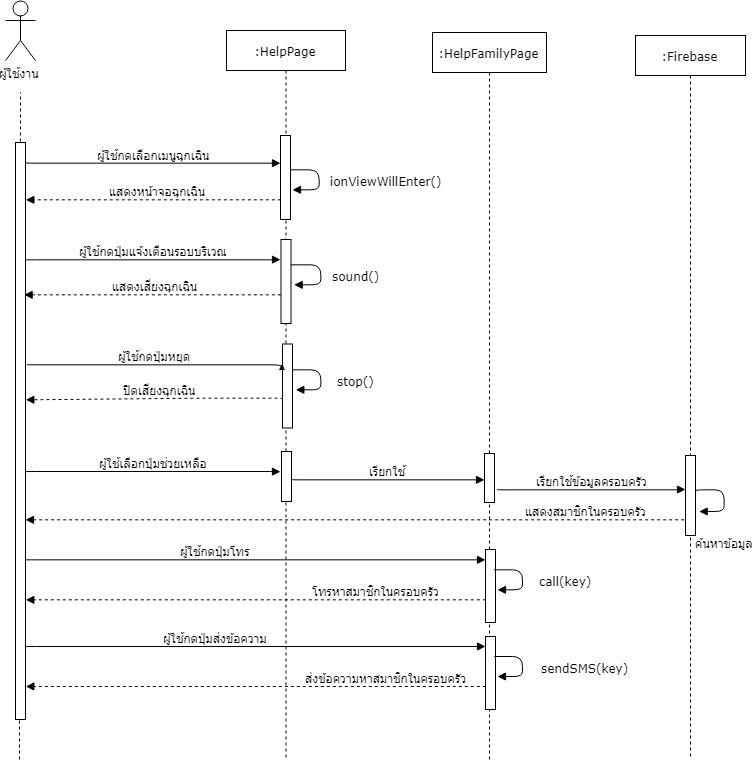
Before: Document/Latex/Figures/3/Sequence/danger.png, a diagram exported from draw.io (Inwfour/Latex). Source tidied: cells renumbered, new cells last; positions are measured from the earlier drawing's top-left corner, leaving out a move shared by most shapes. Its diagram source:
```xml
<mxGraphModel>
  <root>
    <mxCell id="0" />
    <mxCell id="1" parent="0" />
    <mxCell id="2" style="endArrow=none;dashed=1;html=1;" parent="1" edge="1">
      <mxGeometry relative="1" as="geometry">
        <mxPoint x="14" y="759" as="sourcePoint" />
        <mxPoint x="15" y="92" as="targetPoint" />
      </mxGeometry>
    </mxCell>
    <mxCell id="3" value=":HelpPage" style="shape=umlLifeline;perimeter=lifelinePerimeter;whiteSpace=wrap;html=1;rounded=0;shadow=0;comic=0;labelBackgroundColor=none;strokeColor=#000000;strokeWidth=1;fillColor=#FFFFFF;fontFamily=Verdana;fontSize=12;fontColor=#000000;align=center;" parent="1" vertex="1">
      <mxGeometry x="221" y="30" width="119" height="729" as="geometry" />
    </mxCell>
    <mxCell id="4" style="html=1;perimeter=orthogonalPerimeter;rounded=0;shadow=0;comic=0;labelBackgroundColor=none;strokeColor=#000000;strokeWidth=1;fillColor=#FFFFFF;fontFamily=Verdana;fontSize=12;fontColor=#000000;align=center;" parent="3" vertex="1">
      <mxGeometry x="54.5" y="209" width="10" height="84" as="geometry" />
    </mxCell>
    <mxCell id="5" value="ผู้ใช้กดเลือกเมนูฉุกเฉิน" style="html=1;verticalAlign=bottom;endArrow=block;labelBackgroundColor=none;fontFamily=Verdana;fontSize=12;edgeStyle=elbowEdgeStyle;elbow=vertical;" parent="1" edge="1" target="11">
      <mxGeometry relative="1" as="geometry">
        <mxPoint x="20" y="161.9" as="sourcePoint" />
      </mxGeometry>
    </mxCell>
    <mxCell id="6" value="ผู้ใช้งาน" style="shape=umlActor;verticalLabelPosition=bottom;labelBackgroundColor=#ffffff;verticalAlign=top;html=1;rounded=0;" parent="1" vertex="1">
      <mxGeometry width="30" height="60" as="geometry" />
    </mxCell>
    <mxCell id="7" style="html=1;points=[];perimeter=orthogonalPerimeter;rounded=0;shadow=0;comic=0;labelBackgroundColor=none;strokeColor=#000000;strokeWidth=1;fillColor=#FFFFFF;fontFamily=Verdana;fontSize=12;fontColor=#000000;align=center;" parent="1" vertex="1">
      <mxGeometry x="10" y="142" width="10" height="577" as="geometry" />
    </mxCell>
    <mxCell id="8" value=":Firebase" style="shape=umlLifeline;perimeter=lifelinePerimeter;whiteSpace=wrap;html=1;rounded=0;shadow=0;comic=0;labelBackgroundColor=none;strokeColor=#000000;strokeWidth=1;fillColor=#FFFFFF;fontFamily=Verdana;fontSize=12;fontColor=#000000;align=center;" parent="1" vertex="1">
      <mxGeometry x="630" y="35" width="110" height="724" as="geometry" />
    </mxCell>
    <mxCell id="9" style="html=1;perimeter=orthogonalPerimeter;rounded=0;shadow=0;comic=0;labelBackgroundColor=none;strokeColor=#000000;strokeWidth=1;fillColor=#FFFFFF;fontFamily=Verdana;fontSize=12;fontColor=#000000;align=center;" parent="8" vertex="1">
      <mxGeometry x="50" y="420" width="10" height="80" as="geometry" />
    </mxCell>
    <mxCell id="10" value="&lt;div&gt;&lt;span&gt;ionViewWillEnter()&lt;/span&gt;&lt;/div&gt;" style="html=1;verticalAlign=bottom;endArrow=block;labelBackgroundColor=none;fontFamily=Verdana;fontSize=12;edgeStyle=orthogonalEdgeStyle;elbow=vertical;exitX=1.183;exitY=0.2;exitDx=0;exitDy=0;exitPerimeter=0;" parent="1" edge="1">
      <mxGeometry x="0.3" y="-67" relative="1" as="geometry">
        <mxPoint x="284" y="169" as="sourcePoint" />
        <mxPoint x="287" y="189" as="targetPoint" />
        <Array as="points">
          <mxPoint x="313" y="169" />
          <mxPoint x="313" y="189" />
        </Array>
        <mxPoint x="67" y="67" as="offset" />
      </mxGeometry>
    </mxCell>
    <mxCell id="11" style="html=1;points=[];perimeter=orthogonalPerimeter;rounded=0;shadow=0;comic=0;labelBackgroundColor=none;strokeColor=#000000;strokeWidth=1;fillColor=#FFFFFF;fontFamily=Verdana;fontSize=12;fontColor=#000000;align=center;" parent="1" vertex="1">
      <mxGeometry x="275" y="135" width="10" height="84" as="geometry" />
    </mxCell>
    <mxCell id="12" value="แสดงหน้าจอฉุกเฉิน" style="html=1;verticalAlign=bottom;endArrow=block;labelBackgroundColor=none;fontFamily=Verdana;fontSize=12;edgeStyle=orthogonalEdgeStyle;elbow=vertical;exitX=0.973;exitY=0.551;exitDx=0;exitDy=0;exitPerimeter=0;dashed=1;" parent="1" edge="1">
      <mxGeometry x="-0.03" relative="1" as="geometry">
        <mxPoint x="276" y="199" as="sourcePoint" />
        <mxPoint x="20" y="199" as="targetPoint" />
        <Array as="points">
          <mxPoint x="196" y="198.5" />
          <mxPoint x="196" y="198.5" />
        </Array>
      </mxGeometry>
    </mxCell>
    <mxCell id="13" value=":HelpFamilyPage" style="shape=umlLifeline;perimeter=lifelinePerimeter;whiteSpace=wrap;html=1;rounded=0;shadow=0;comic=0;labelBackgroundColor=none;strokeColor=#000000;strokeWidth=1;fillColor=#FFFFFF;fontFamily=Verdana;fontSize=12;fontColor=#000000;align=center;" parent="1" vertex="1">
      <mxGeometry x="427" y="32" width="114" height="727" as="geometry" />
    </mxCell>
    <mxCell id="14" style="html=1;points=[];perimeter=orthogonalPerimeter;rounded=0;shadow=0;comic=0;labelBackgroundColor=none;strokeColor=#000000;strokeWidth=1;fillColor=#FFFFFF;fontFamily=Verdana;fontSize=12;fontColor=#000000;align=center;" parent="13" vertex="1">
      <mxGeometry x="52" y="421" width="10" height="49" as="geometry" />
    </mxCell>
    <mxCell id="15" style="html=1;points=[];perimeter=orthogonalPerimeter;rounded=0;shadow=0;comic=0;labelBackgroundColor=none;strokeColor=#000000;strokeWidth=1;fillColor=#FFFFFF;fontFamily=Verdana;fontSize=12;fontColor=#000000;align=center;" parent="13" vertex="1">
      <mxGeometry x="53" y="517" width="10" height="73" as="geometry" />
    </mxCell>
    <mxCell id="16" value="ผู้ใช้กดปุ่มแจ้งเตือนรอบบริเวณ" style="html=1;verticalAlign=bottom;endArrow=block;labelBackgroundColor=none;fontFamily=Verdana;fontSize=12;edgeStyle=elbowEdgeStyle;elbow=vertical;" parent="1" edge="1">
      <mxGeometry relative="1" as="geometry">
        <mxPoint x="20" y="259.4" as="sourcePoint" />
        <mxPoint x="275" y="259.2" as="targetPoint" />
      </mxGeometry>
    </mxCell>
    <mxCell id="17" value="&lt;div&gt;&lt;span&gt;sound&lt;/span&gt;&lt;span&gt;()&lt;/span&gt;&lt;/div&gt;" style="html=1;verticalAlign=bottom;endArrow=block;labelBackgroundColor=none;fontFamily=Verdana;fontSize=12;edgeStyle=orthogonalEdgeStyle;elbow=vertical;exitX=1.183;exitY=0.2;exitDx=0;exitDy=0;exitPerimeter=0;" parent="1" edge="1">
      <mxGeometry x="0.31" y="-35" relative="1" as="geometry">
        <mxPoint x="285.3" y="264.2" as="sourcePoint" />
        <mxPoint x="288.7" y="284.2" as="targetPoint" />
        <Array as="points">
          <mxPoint x="314.5" y="264" />
          <mxPoint x="314.5" y="284" />
        </Array>
        <mxPoint x="35" y="35" as="offset" />
      </mxGeometry>
    </mxCell>
    <mxCell id="18" value="แสดงเสียงฉุกเฉิน" style="html=1;verticalAlign=bottom;endArrow=block;labelBackgroundColor=none;fontFamily=Verdana;fontSize=12;edgeStyle=orthogonalEdgeStyle;elbow=vertical;exitX=0.973;exitY=0.551;exitDx=0;exitDy=0;exitPerimeter=0;dashed=1;" parent="1" edge="1">
      <mxGeometry x="-0.03" relative="1" as="geometry">
        <mxPoint x="275.3" y="294.2" as="sourcePoint" />
        <mxPoint x="18.7" y="294.2" as="targetPoint" />
        <Array as="points">
          <mxPoint x="195" y="293.5" />
          <mxPoint x="195" y="293.5" />
        </Array>
      </mxGeometry>
    </mxCell>
    <mxCell id="19" style="html=1;perimeter=orthogonalPerimeter;rounded=0;shadow=0;comic=0;labelBackgroundColor=none;strokeColor=#000000;strokeWidth=1;fillColor=#FFFFFF;fontFamily=Verdana;fontSize=12;fontColor=#000000;align=center;" parent="1" vertex="1">
      <mxGeometry x="276" y="451" width="10" height="50" as="geometry" />
    </mxCell>
    <mxCell id="20" value="ผู้ใช้เลือกปุ่มช่วยเหลือ" style="html=1;verticalAlign=bottom;endArrow=block;labelBackgroundColor=none;fontFamily=Verdana;fontSize=12;edgeStyle=elbowEdgeStyle;elbow=vertical;" parent="1" edge="1">
      <mxGeometry relative="1" as="geometry">
        <mxPoint x="20" y="471.4" as="sourcePoint" />
        <mxPoint x="275" y="471.2" as="targetPoint" />
      </mxGeometry>
    </mxCell>
    <mxCell id="21" value="แสดงสมาชิกในครอบครัว" style="html=1;verticalAlign=bottom;endArrow=block;labelBackgroundColor=none;fontFamily=Verdana;fontSize=12;edgeStyle=orthogonalEdgeStyle;elbow=vertical;exitX=0.973;exitY=0.551;exitDx=0;exitDy=0;exitPerimeter=0;dashed=1;" parent="1" edge="1" target="7">
      <mxGeometry x="0.5" y="-395" relative="1" as="geometry">
        <mxPoint x="678.5" y="518.7" as="sourcePoint" />
        <Array as="points">
          <mxPoint x="185" y="519" />
          <mxPoint x="185" y="519" />
        </Array>
        <mxPoint x="395" y="395" as="offset" />
      </mxGeometry>
    </mxCell>
    <mxCell id="22" value="เรียกใช้" style="html=1;verticalAlign=bottom;endArrow=block;labelBackgroundColor=none;fontFamily=Verdana;fontSize=12;edgeStyle=elbowEdgeStyle;elbow=vertical;" parent="1" edge="1" target="14">
      <mxGeometry relative="1" as="geometry">
        <mxPoint x="285.5" y="478.9" as="sourcePoint" />
      </mxGeometry>
    </mxCell>
    <mxCell id="23" style="html=1;perimeter=orthogonalPerimeter;rounded=0;shadow=0;comic=0;labelBackgroundColor=none;strokeColor=#000000;strokeWidth=1;fillColor=#FFFFFF;fontFamily=Verdana;fontSize=12;fontColor=#000000;align=center;" parent="1" vertex="1">
      <mxGeometry x="277" y="343.5" width="10" height="84" as="geometry" />
    </mxCell>
    <mxCell id="24" value="ผู้ใช้กดปุ่มหยุด" style="html=1;verticalAlign=bottom;endArrow=block;labelBackgroundColor=none;fontFamily=Verdana;fontSize=12;edgeStyle=elbowEdgeStyle;elbow=vertical;" parent="1" edge="1">
      <mxGeometry relative="1" as="geometry">
        <mxPoint x="21.5" y="363.9" as="sourcePoint" />
        <mxPoint x="276.5" y="363.7" as="targetPoint" />
      </mxGeometry>
    </mxCell>
    <mxCell id="25" value="&lt;div&gt;&lt;span&gt;stop&lt;/span&gt;&lt;span&gt;()&lt;/span&gt;&lt;/div&gt;" style="html=1;verticalAlign=bottom;endArrow=block;labelBackgroundColor=none;fontFamily=Verdana;fontSize=12;edgeStyle=orthogonalEdgeStyle;elbow=vertical;exitX=1.183;exitY=0.2;exitDx=0;exitDy=0;exitPerimeter=0;" parent="1" edge="1">
      <mxGeometry x="0.31" y="-35" relative="1" as="geometry">
        <mxPoint x="286.8" y="368.9" as="sourcePoint" />
        <mxPoint x="290.3" y="388.9" as="targetPoint" />
        <Array as="points">
          <mxPoint x="316" y="368.5" />
          <mxPoint x="316" y="388.5" />
        </Array>
        <mxPoint x="35" y="35" as="offset" />
      </mxGeometry>
    </mxCell>
    <mxCell id="26" value="ปิดเสียงฉุกเฉิน" style="html=1;verticalAlign=bottom;endArrow=block;labelBackgroundColor=none;fontFamily=Verdana;fontSize=12;edgeStyle=orthogonalEdgeStyle;elbow=vertical;exitX=0.973;exitY=0.551;exitDx=0;exitDy=0;exitPerimeter=0;dashed=1;" parent="1" edge="1">
      <mxGeometry x="-0.03" relative="1" as="geometry">
        <mxPoint x="277.2" y="398.6" as="sourcePoint" />
        <mxPoint x="19.9" y="398.6" as="targetPoint" />
        <Array as="points">
          <mxPoint x="196.5" y="398" />
          <mxPoint x="196.5" y="398" />
        </Array>
      </mxGeometry>
    </mxCell>
    <mxCell id="27" value="&lt;div&gt;ค้นหาข้อมูล&lt;/div&gt;" style="html=1;verticalAlign=bottom;endArrow=block;labelBackgroundColor=none;fontFamily=Verdana;fontSize=12;edgeStyle=orthogonalEdgeStyle;elbow=vertical;exitX=1.183;exitY=0.2;exitDx=0;exitDy=0;exitPerimeter=0;" parent="1" edge="1">
      <mxGeometry x="0.32" y="-42" relative="1" as="geometry">
        <mxPoint x="689.7" y="490.7" as="sourcePoint" />
        <mxPoint x="693" y="510.7" as="targetPoint" />
        <Array as="points">
          <mxPoint x="718.5" y="490" />
          <mxPoint x="718.5" y="510" />
        </Array>
        <mxPoint x="42" y="42" as="offset" />
      </mxGeometry>
    </mxCell>
    <mxCell id="28" value="ผู้ใช้กดปุ่มโทร" style="html=1;verticalAlign=bottom;endArrow=block;labelBackgroundColor=none;fontFamily=Verdana;fontSize=12;edgeStyle=elbowEdgeStyle;elbow=vertical;" parent="1" edge="1" target="15">
      <mxGeometry x="-0.17" relative="1" as="geometry">
        <mxPoint x="20" y="559.4" as="sourcePoint" />
      </mxGeometry>
    </mxCell>
    <mxCell id="29" value="&lt;div&gt;&lt;span&gt;call&lt;/span&gt;&lt;span&gt;(key)&lt;/span&gt;&lt;/div&gt;" style="html=1;verticalAlign=bottom;endArrow=block;labelBackgroundColor=none;fontFamily=Verdana;fontSize=12;edgeStyle=orthogonalEdgeStyle;elbow=vertical;exitX=1.183;exitY=0.2;exitDx=0;exitDy=0;exitPerimeter=0;" parent="1" edge="1">
      <mxGeometry x="0.32" y="-43" relative="1" as="geometry">
        <mxPoint x="489" y="569.5" as="sourcePoint" />
        <mxPoint x="492" y="589.5" as="targetPoint" />
        <Array as="points">
          <mxPoint x="517.5" y="569" />
          <mxPoint x="517.5" y="589" />
        </Array>
        <mxPoint x="43" y="43" as="offset" />
      </mxGeometry>
    </mxCell>
    <mxCell id="30" value="เรียกใช้ข้อมูลครอบครัว" style="html=1;verticalAlign=bottom;endArrow=block;labelBackgroundColor=none;fontFamily=Verdana;fontSize=12;edgeStyle=elbowEdgeStyle;elbow=vertical;" parent="1" edge="1">
      <mxGeometry relative="1" as="geometry">
        <mxPoint x="491.5" y="488.9" as="sourcePoint" />
        <mxPoint x="680" y="489" as="targetPoint" />
      </mxGeometry>
    </mxCell>
    <mxCell id="31" value="โทรหาสมาชิกในครอบครัว" style="html=1;verticalAlign=bottom;endArrow=block;labelBackgroundColor=none;fontFamily=Verdana;fontSize=12;edgeStyle=orthogonalEdgeStyle;elbow=vertical;dashed=1;" parent="1" edge="1">
      <mxGeometry x="0.5" y="-235" relative="1" as="geometry">
        <mxPoint x="480" y="599.5" as="sourcePoint" />
        <mxPoint x="20" y="599.2" as="targetPoint" />
        <Array as="points">
          <mxPoint x="135" y="599" />
          <mxPoint x="135" y="599" />
        </Array>
        <mxPoint x="235" y="235" as="offset" />
      </mxGeometry>
    </mxCell>
    <mxCell id="32" style="html=1;points=[];perimeter=orthogonalPerimeter;rounded=0;shadow=0;comic=0;labelBackgroundColor=none;strokeColor=#000000;strokeWidth=1;fillColor=#FFFFFF;fontFamily=Verdana;fontSize=12;fontColor=#000000;align=center;" parent="1" vertex="1">
      <mxGeometry x="480" y="636" width="10" height="73" as="geometry" />
    </mxCell>
    <mxCell id="33" value="ผู้ใช้กดปุ่มส่งข้อความ" style="html=1;verticalAlign=bottom;endArrow=block;labelBackgroundColor=none;fontFamily=Verdana;fontSize=12;edgeStyle=elbowEdgeStyle;elbow=vertical;" parent="1" edge="1" target="32">
      <mxGeometry x="-0.17" relative="1" as="geometry">
        <mxPoint x="20" y="646.4" as="sourcePoint" />
      </mxGeometry>
    </mxCell>
    <mxCell id="34" value="&lt;div&gt;&lt;span&gt;sendSMS(key)&lt;/span&gt;&lt;/div&gt;" style="html=1;verticalAlign=bottom;endArrow=block;labelBackgroundColor=none;fontFamily=Verdana;fontSize=12;edgeStyle=orthogonalEdgeStyle;elbow=vertical;exitX=1.183;exitY=0.2;exitDx=0;exitDy=0;exitPerimeter=0;" parent="1" edge="1">
      <mxGeometry x="0.32" y="-62" relative="1" as="geometry">
        <mxPoint x="488.8" y="656.2" as="sourcePoint" />
        <mxPoint x="492.2" y="676.2" as="targetPoint" />
        <Array as="points">
          <mxPoint x="517.5" y="656" />
          <mxPoint x="517.5" y="676" />
        </Array>
        <mxPoint x="62" y="62" as="offset" />
      </mxGeometry>
    </mxCell>
    <mxCell id="35" value="ส่งข้อความหาสมาชิกในครอบครัว" style="html=1;verticalAlign=bottom;endArrow=block;labelBackgroundColor=none;fontFamily=Verdana;fontSize=12;edgeStyle=orthogonalEdgeStyle;elbow=vertical;dashed=1;" parent="1" edge="1">
      <mxGeometry x="0.5" y="-245" relative="1" as="geometry">
        <mxPoint x="479.7" y="686.2" as="sourcePoint" />
        <mxPoint x="19.7" y="686.2" as="targetPoint" />
        <Array as="points">
          <mxPoint x="135" y="686" />
          <mxPoint x="135" y="686" />
        </Array>
        <mxPoint x="245" y="245" as="offset" />
      </mxGeometry>
    </mxCell>
  </root>
</mxGraphModel>
```
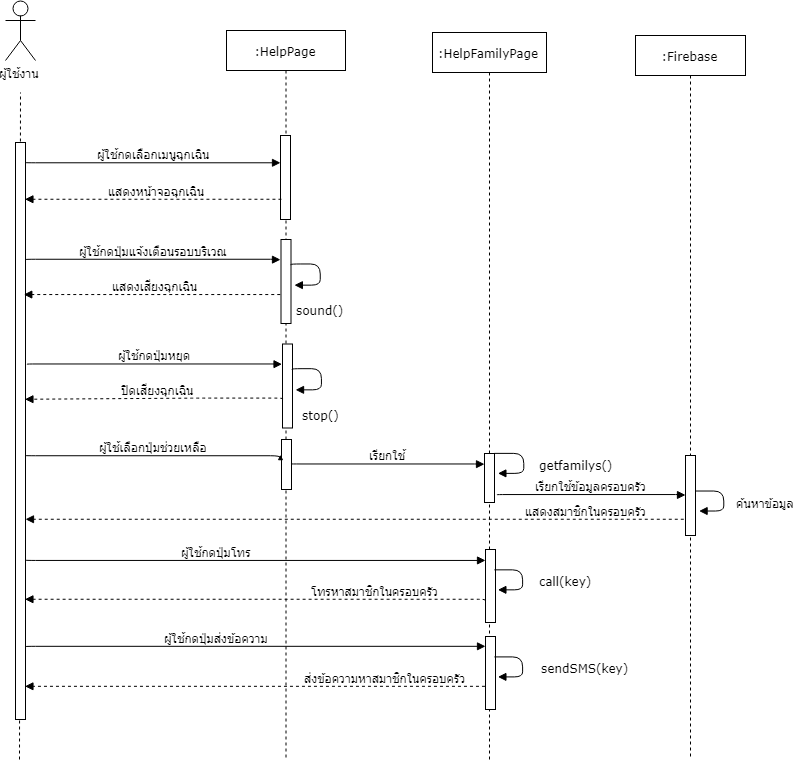
The same diagram one commit later.

The edit, as a diff of the source:
```diff
@@ -31,17 +31,6 @@
     <mxCell id="9" style="html=1;perimeter=orthogonalPerimeter;rounded=0;shadow=0;comic=0;labelBackgroundColor=none;strokeColor=#000000;strokeWidth=1;fillColor=#FFFFFF;fontFamily=Verdana;fontSize=12;fontColor=#000000;align=center;" parent="8" vertex="1">
       <mxGeometry x="50" y="420" width="10" height="80" as="geometry" />
     </mxCell>
-    <mxCell id="10" value="&lt;div&gt;&lt;span&gt;ionViewWillEnter()&lt;/span&gt;&lt;/div&gt;" style="html=1;verticalAlign=bottom;endArrow=block;labelBackgroundColor=none;fontFamily=Verdana;fontSize=12;edgeStyle=orthogonalEdgeStyle;elbow=vertical;exitX=1.183;exitY=0.2;exitDx=0;exitDy=0;exitPerimeter=0;" parent="1" edge="1">
-      <mxGeometry x="0.3" y="-67" relative="1" as="geometry">
-        <mxPoint x="284" y="169" as="sourcePoint" />
-        <mxPoint x="287" y="189" as="targetPoint" />
-        <Array as="points">
-          <mxPoint x="313" y="169" />
-          <mxPoint x="313" y="189" />
-        </Array>
-        <mxPoint x="67" y="67" as="offset" />
-      </mxGeometry>
-    </mxCell>
     <mxCell id="11" style="html=1;points=[];perimeter=orthogonalPerimeter;rounded=0;shadow=0;comic=0;labelBackgroundColor=none;strokeColor=#000000;strokeWidth=1;fillColor=#FFFFFF;fontFamily=Verdana;fontSize=12;fontColor=#000000;align=center;" parent="1" vertex="1">
       <mxGeometry x="275" y="135" width="10" height="84" as="geometry" />
     </mxCell>
@@ -92,12 +81,12 @@
       </mxGeometry>
     </mxCell>
     <mxCell id="19" style="html=1;perimeter=orthogonalPerimeter;rounded=0;shadow=0;comic=0;labelBackgroundColor=none;strokeColor=#000000;strokeWidth=1;fillColor=#FFFFFF;fontFamily=Verdana;fontSize=12;fontColor=#000000;align=center;" parent="1" vertex="1">
-      <mxGeometry x="276" y="451" width="10" height="50" as="geometry" />
+      <mxGeometry x="276" y="439" width="10" height="50" as="geometry" />
     </mxCell>
     <mxCell id="20" value="ผู้ใช้เลือกปุ่มช่วยเหลือ" style="html=1;verticalAlign=bottom;endArrow=block;labelBackgroundColor=none;fontFamily=Verdana;fontSize=12;edgeStyle=elbowEdgeStyle;elbow=vertical;" parent="1" edge="1">
       <mxGeometry relative="1" as="geometry">
-        <mxPoint x="20" y="471.4" as="sourcePoint" />
-        <mxPoint x="275" y="471.2" as="targetPoint" />
+        <mxPoint x="20" y="454.9" as="sourcePoint" />
+        <mxPoint x="275" y="454.7" as="targetPoint" />
       </mxGeometry>
     </mxCell>
     <mxCell id="21" value="แสดงสมาชิกในครอบครัว" style="html=1;verticalAlign=bottom;endArrow=block;labelBackgroundColor=none;fontFamily=Verdana;fontSize=12;edgeStyle=orthogonalEdgeStyle;elbow=vertical;exitX=0.973;exitY=0.551;exitDx=0;exitDy=0;exitPerimeter=0;dashed=1;" parent="1" edge="1" target="7">
@@ -110,9 +99,10 @@
         <mxPoint x="395" y="395" as="offset" />
       </mxGeometry>
     </mxCell>
-    <mxCell id="22" value="เรียกใช้" style="html=1;verticalAlign=bottom;endArrow=block;labelBackgroundColor=none;fontFamily=Verdana;fontSize=12;edgeStyle=elbowEdgeStyle;elbow=vertical;" parent="1" edge="1" target="14">
+    <mxCell id="22" value="เรียกใช้" style="html=1;verticalAlign=bottom;endArrow=block;labelBackgroundColor=none;fontFamily=Verdana;fontSize=12;edgeStyle=elbowEdgeStyle;elbow=vertical;" parent="1" edge="1">
       <mxGeometry relative="1" as="geometry">
-        <mxPoint x="285.5" y="478.9" as="sourcePoint" />
+        <mxPoint x="285.5" y="463.4" as="sourcePoint" />
+        <mxPoint x="479" y="463.7" as="targetPoint" />
       </mxGeometry>
     </mxCell>
     <mxCell id="23" style="html=1;perimeter=orthogonalPerimeter;rounded=0;shadow=0;comic=0;labelBackgroundColor=none;strokeColor=#000000;strokeWidth=1;fillColor=#FFFFFF;fontFamily=Verdana;fontSize=12;fontColor=#000000;align=center;" parent="1" vertex="1">
@@ -174,8 +164,8 @@
     </mxCell>
     <mxCell id="30" value="เรียกใช้ข้อมูลครอบครัว" style="html=1;verticalAlign=bottom;endArrow=block;labelBackgroundColor=none;fontFamily=Verdana;fontSize=12;edgeStyle=elbowEdgeStyle;elbow=vertical;" parent="1" edge="1">
       <mxGeometry relative="1" as="geometry">
-        <mxPoint x="491.5" y="488.9" as="sourcePoint" />
-        <mxPoint x="680" y="489" as="targetPoint" />
+        <mxPoint x="491.5" y="494.4" as="sourcePoint" />
+        <mxPoint x="680" y="494.5" as="targetPoint" />
       </mxGeometry>
     </mxCell>
     <mxCell id="31" value="โทรหาสมาชิกในครอบครัว" style="html=1;verticalAlign=bottom;endArrow=block;labelBackgroundColor=none;fontFamily=Verdana;fontSize=12;edgeStyle=orthogonalEdgeStyle;elbow=vertical;dashed=1;" parent="1" edge="1">
@@ -219,5 +209,16 @@
         <mxPoint x="245" y="245" as="offset" />
       </mxGeometry>
     </mxCell>
+    <mxCell id="36" value="&lt;div&gt;&lt;span&gt;getfamilys()&lt;/span&gt;&lt;/div&gt;" style="html=1;verticalAlign=bottom;endArrow=block;labelBackgroundColor=none;fontFamily=Verdana;fontSize=12;edgeStyle=orthogonalEdgeStyle;elbow=vertical;exitX=1.183;exitY=0.2;exitDx=0;exitDy=0;exitPerimeter=0;" parent="1" edge="1">
+      <mxGeometry x="0.32" y="-52" relative="1" as="geometry">
+        <mxPoint x="489.2" y="453.2" as="sourcePoint" />
+        <mxPoint x="492.5" y="473.2" as="targetPoint" />
+        <Array as="points">
+          <mxPoint x="518" y="452.5" />
+          <mxPoint x="518" y="472.5" />
+        </Array>
+        <mxPoint x="52" y="52" as="offset" />
+      </mxGeometry>
+    </mxCell>
   </root>
 </mxGraphModel>
```
